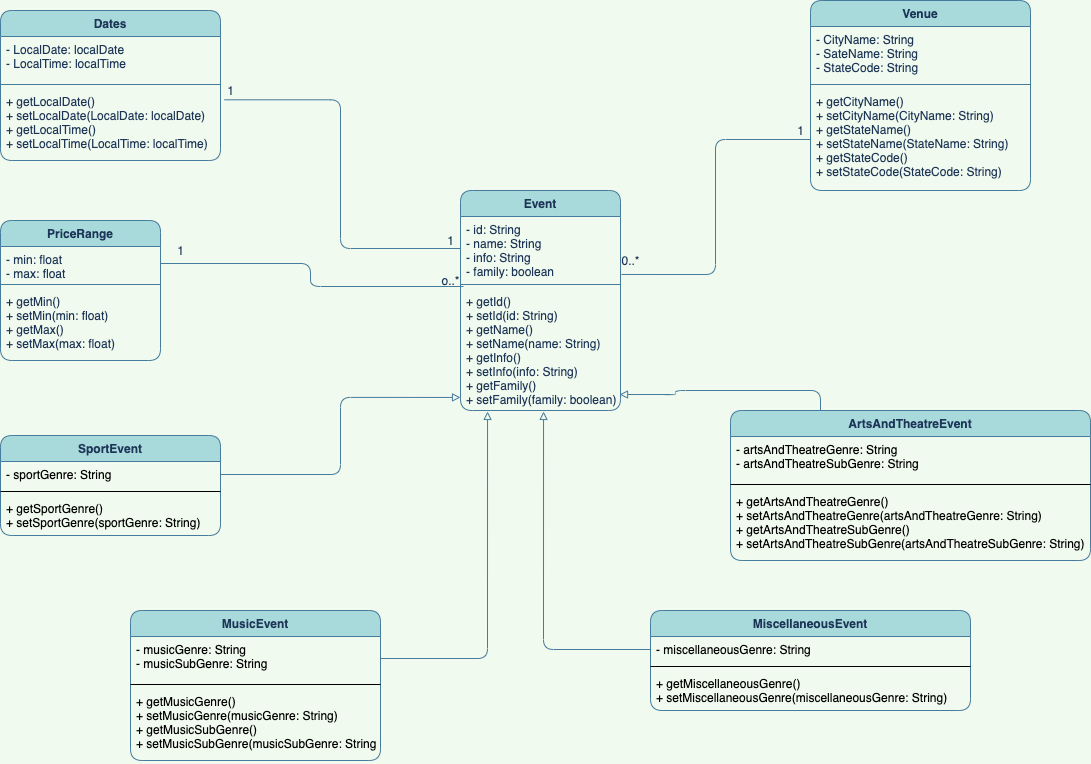
Earlier version of the draw.io export Img/ClassDiagram.png (antoniocolasurdo/univpm-programmazione-ad-oggetti). Source tidied: cells renumbered, new cells last; positions are measured from the earlier drawing's top-left corner, leaving out a move shared by most shapes.
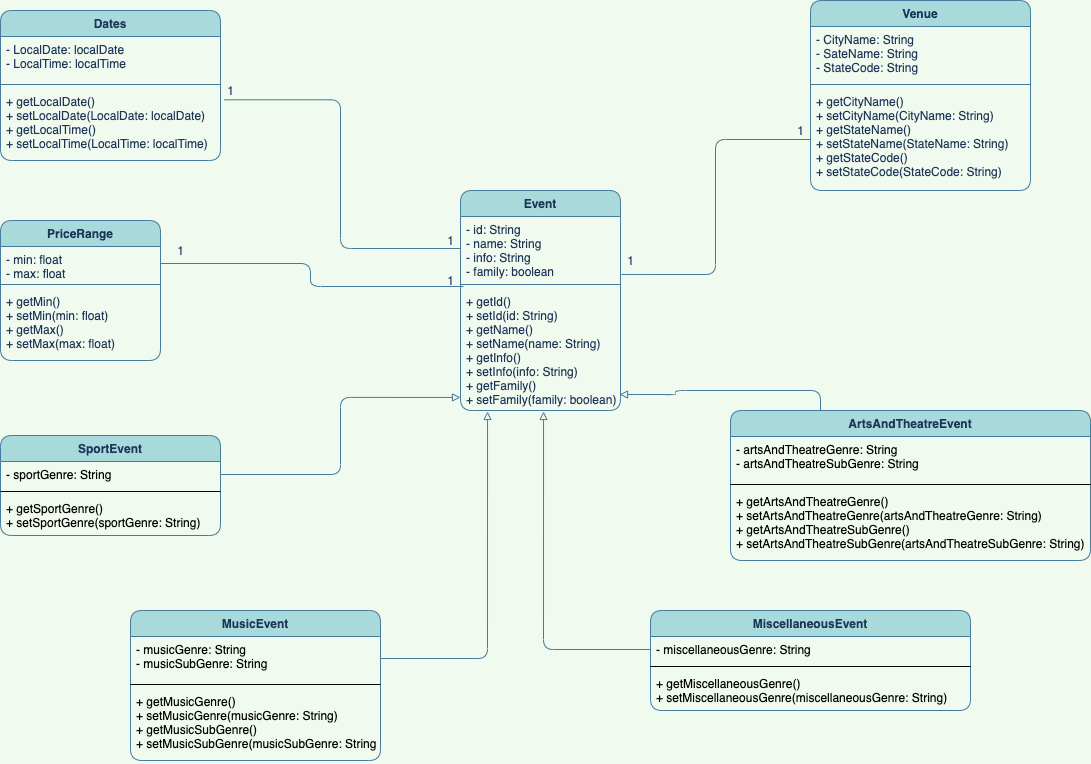
After the commit.

Change to the diagram source:
```diff
@@ -119,8 +119,8 @@
     <mxCell id="40" style="edgeStyle=orthogonalEdgeStyle;rounded=1;jettySize=auto;html=1;exitX=0;exitY=0.5;exitDx=0;exitDy=0;entryX=1.006;entryY=0.906;entryDx=0;entryDy=0;entryPerimeter=0;endArrow=none;endFill=0;strokeColor=#457B9D;strokeWidth=1;fillColor=#A8DADC;fontColor=#1D3557;" parent="1" edge="1" source="13" target="3">
       <mxGeometry relative="1" as="geometry" />
     </mxCell>
-    <mxCell id="41" value="o..*" style="text;html=1;align=center;verticalAlign=middle;fontColor=#1D3557;" parent="1" vertex="1">
-      <mxGeometry x="435" y="270" width="30" height="20" as="geometry" />
+    <mxCell id="41" value="1" style="text;html=1;align=center;verticalAlign=middle;fontColor=#1D3557;" parent="1" vertex="1">
+      <mxGeometry x="440" y="270" width="20" height="20" as="geometry" />
     </mxCell>
     <mxCell id="42" value="1" style="text;html=1;align=center;verticalAlign=middle;fontColor=#1D3557;" parent="1" vertex="1">
       <mxGeometry x="170" y="240" width="20" height="20" as="geometry" />
@@ -131,8 +131,8 @@
     <mxCell id="44" value="1" style="text;html=1;align=center;verticalAlign=middle;fontColor=#1D3557;" parent="1" vertex="1">
       <mxGeometry x="440" y="230" width="20" height="20" as="geometry" />
     </mxCell>
-    <mxCell id="45" value="0..*" style="text;html=1;align=center;verticalAlign=middle;fontColor=#1D3557;" parent="1" vertex="1">
-      <mxGeometry x="615" y="250" width="30" height="20" as="geometry" />
+    <mxCell id="45" value="1" style="text;html=1;align=center;verticalAlign=middle;fontColor=#1D3557;" parent="1" vertex="1">
+      <mxGeometry x="620" y="250" width="20" height="20" as="geometry" />
     </mxCell>
     <mxCell id="46" value="1" style="text;html=1;align=center;verticalAlign=middle;fontColor=#1D3557;" parent="1" vertex="1">
       <mxGeometry x="790" y="120" width="20" height="20" as="geometry" />
```
